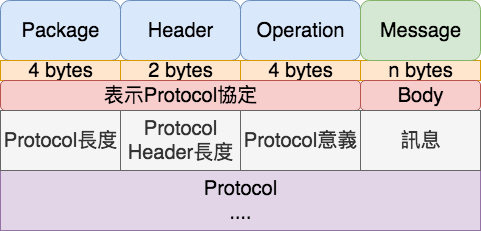
The draw.io diagram doc/protocol.png in ht-co-wowtch/alakazam, before a commit. Source tidied: cells renumbered, new cells last; positions are measured from the earlier drawing's top-left corner, leaving out a move shared by most shapes.
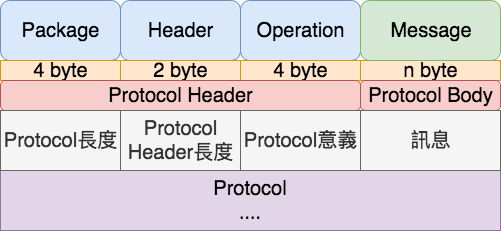
The same file after the commit.

What changed in the source:
```diff
@@ -11,26 +11,26 @@
     <mxCell id="4" value="&lt;div style=&quot;font-size: 20px&quot;&gt;&lt;div&gt;Operation&lt;/div&gt;&lt;/div&gt;" style="rounded=1;whiteSpace=wrap;html=1;fillColor=#dae8fc;strokeColor=#6c8ebf;fontSize=20;" parent="1" vertex="1">
       <mxGeometry x="240" width="120" height="60" as="geometry" />
     </mxCell>
-    <mxCell id="5" value="&lt;div&gt;4 bytes&lt;/div&gt;" style="rounded=0;whiteSpace=wrap;html=1;fontSize=20;fillColor=#ffe6cc;strokeColor=#d79b00;" parent="1" vertex="1">
+    <mxCell id="5" value="&lt;div&gt;4 byte&lt;/div&gt;" style="rounded=0;whiteSpace=wrap;html=1;fontSize=20;fillColor=#ffe6cc;strokeColor=#d79b00;" parent="1" vertex="1">
       <mxGeometry y="60" width="120" height="20" as="geometry" />
     </mxCell>
-    <mxCell id="6" value="&lt;div&gt;2 bytes&lt;/div&gt;" style="rounded=0;whiteSpace=wrap;html=1;fontSize=20;fillColor=#ffe6cc;strokeColor=#d79b00;" parent="1" vertex="1">
+    <mxCell id="6" value="&lt;div&gt;2 byte&lt;/div&gt;" style="rounded=0;whiteSpace=wrap;html=1;fontSize=20;fillColor=#ffe6cc;strokeColor=#d79b00;" parent="1" vertex="1">
       <mxGeometry x="120" y="60" width="120" height="20" as="geometry" />
     </mxCell>
-    <mxCell id="7" value="&lt;div&gt;4 bytes&lt;/div&gt;" style="rounded=0;whiteSpace=wrap;html=1;fontSize=20;fillColor=#ffe6cc;strokeColor=#d79b00;" parent="1" vertex="1">
+    <mxCell id="7" value="&lt;div&gt;4 byte&lt;/div&gt;" style="rounded=0;whiteSpace=wrap;html=1;fontSize=20;fillColor=#ffe6cc;strokeColor=#d79b00;" parent="1" vertex="1">
       <mxGeometry x="240" y="60" width="120" height="20" as="geometry" />
     </mxCell>
-    <mxCell id="8" value="&lt;div&gt;n bytes&lt;/div&gt;" style="rounded=0;whiteSpace=wrap;html=1;fontSize=20;fillColor=#ffe6cc;strokeColor=#d79b00;" parent="1" vertex="1">
-      <mxGeometry x="360" y="60" width="120" height="20" as="geometry" />
+    <mxCell id="8" value="&lt;div&gt;n byte&lt;/div&gt;" style="rounded=0;whiteSpace=wrap;html=1;fontSize=20;fillColor=#ffe6cc;strokeColor=#d79b00;" parent="1" vertex="1">
+      <mxGeometry x="360" y="60" width="140" height="20" as="geometry" />
     </mxCell>
-    <mxCell id="9" value="&lt;span&gt;表示Protocol協定&lt;/span&gt;&lt;br&gt;" style="rounded=1;whiteSpace=wrap;html=1;fontSize=20;fillColor=#f8cecc;strokeColor=#b85450;" parent="1" vertex="1">
+    <mxCell id="9" value="&lt;span&gt;Protocol Header&lt;/span&gt;&lt;br&gt;" style="rounded=1;whiteSpace=wrap;html=1;fontSize=20;fillColor=#f8cecc;strokeColor=#b85450;" parent="1" vertex="1">
       <mxGeometry y="80" width="360" height="30" as="geometry" />
     </mxCell>
-    <mxCell id="10" value="Body&lt;br&gt;" style="rounded=1;whiteSpace=wrap;html=1;fontSize=20;fillColor=#f8cecc;strokeColor=#b85450;" parent="1" vertex="1">
-      <mxGeometry x="360" y="80" width="120" height="30" as="geometry" />
+    <mxCell id="10" value="Protocol Body&lt;br&gt;" style="rounded=1;whiteSpace=wrap;html=1;fontSize=20;fillColor=#f8cecc;strokeColor=#b85450;" parent="1" vertex="1">
+      <mxGeometry x="360" y="80" width="140" height="30" as="geometry" />
     </mxCell>
     <mxCell id="11" value="&lt;span&gt;Protocol&lt;/span&gt;&lt;br&gt;....&lt;br&gt;" style="rounded=0;whiteSpace=wrap;html=1;fontSize=20;fillColor=#e1d5e7;strokeColor=#9673a6;" parent="1" vertex="1">
-      <mxGeometry y="170" width="480" height="60" as="geometry" />
+      <mxGeometry y="170" width="500" height="60" as="geometry" />
     </mxCell>
     <mxCell id="12" value="Protocol長度" style="rounded=0;whiteSpace=wrap;html=1;fontSize=20;fillColor=#f5f5f5;strokeColor=#666666;fontColor=#333333;" parent="1" vertex="1">
       <mxGeometry y="110" width="120" height="60" as="geometry" />
@@ -42,10 +42,10 @@
       <mxGeometry x="240" y="110" width="120" height="60" as="geometry" />
     </mxCell>
     <mxCell id="15" value="訊息" style="rounded=0;whiteSpace=wrap;html=1;fontSize=20;fillColor=#f5f5f5;strokeColor=#666666;fontColor=#333333;" parent="1" vertex="1">
-      <mxGeometry x="360" y="110" width="120" height="60" as="geometry" />
+      <mxGeometry x="360" y="110" width="140" height="60" as="geometry" />
     </mxCell>
     <mxCell id="16" value="&lt;div style=&quot;font-size: 20px&quot;&gt;&lt;span&gt;Message&lt;/span&gt;&lt;br&gt;&lt;/div&gt;" style="rounded=1;whiteSpace=wrap;html=1;fillColor=#d5e8d4;strokeColor=#82b366;fontSize=20;" parent="1" vertex="1">
-      <mxGeometry x="360" width="120" height="60" as="geometry" />
+      <mxGeometry x="360" width="140" height="60" as="geometry" />
     </mxCell>
   </root>
 </mxGraphModel>
```
